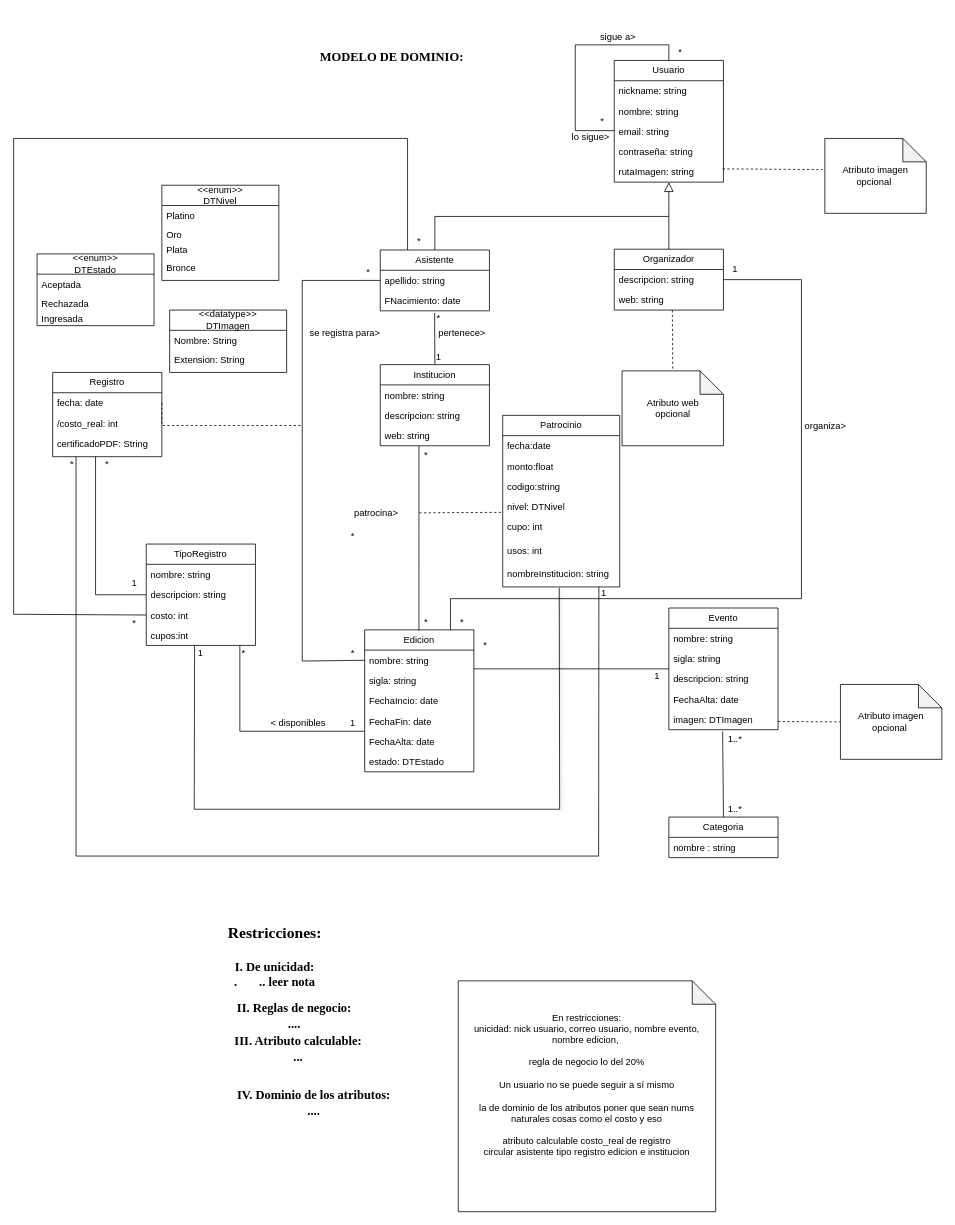
The draw.io diagram page "ModeloDominio" (1 of 5) of Tarea1Snapshot.drawio in franscaletti/tprog, before the edit. Source tidied: cells renumbered, new cells numbered last; positions are measured from the earlier drawing's top-left corner, leaving out a move shared by most shapes. Both pictures are drawn from the tidied source at 78%, with x=0, y=0 at pixel (13, 13).
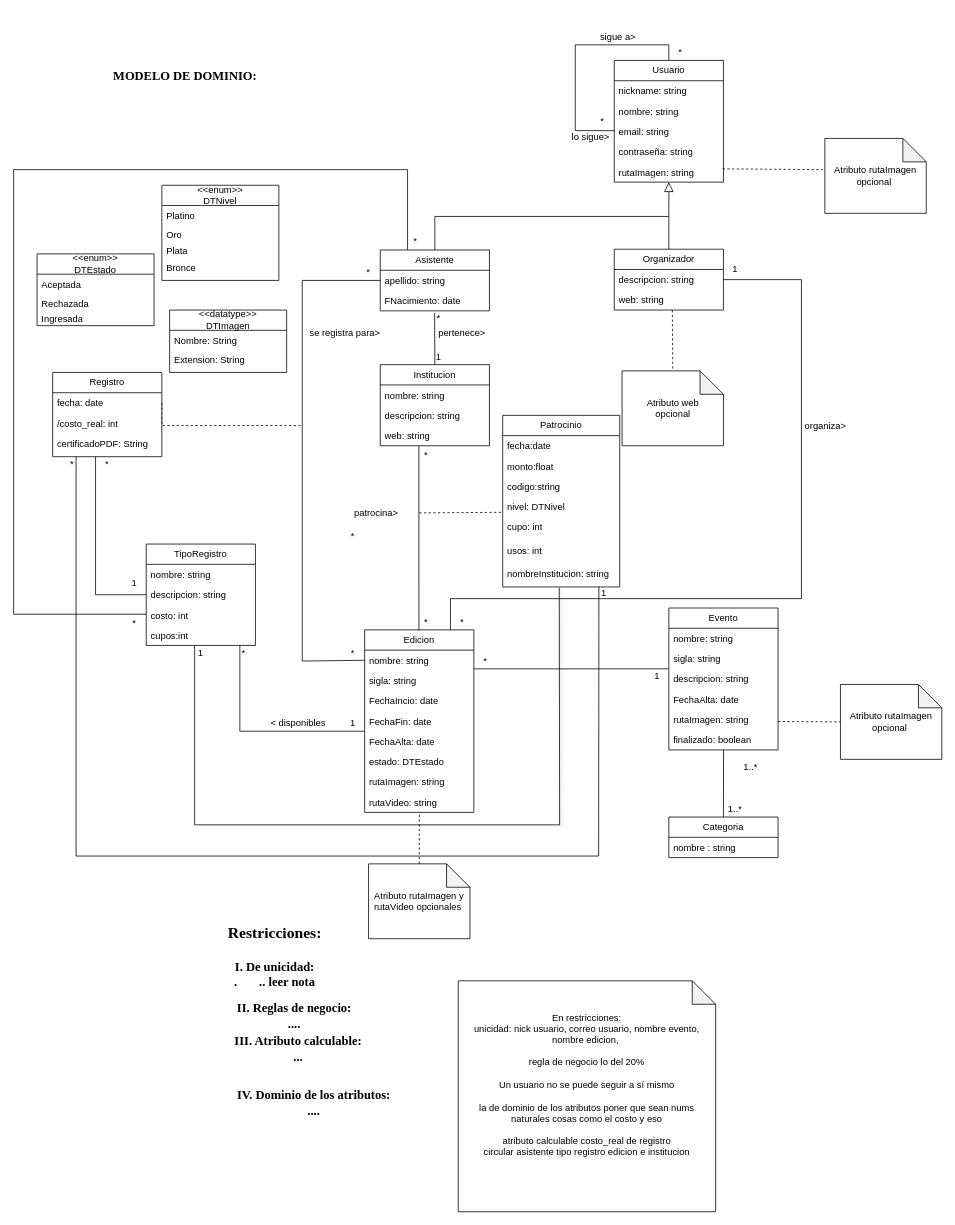
Above is the later version.

Unchanged cells that the change refers to:
```xml
<mxCell id="16" value="Asistente" style="swimlane;fontStyle=0;horizontal=1;startSize=26;fillColor=none;whiteSpace=wrap;html=1;" parent="1" vertex="1">
  <mxGeometry x="470" y="303" width="140" height="78" as="geometry" />
</mxCell>
<mxCell id="37" value="costo: int" style="text;strokeColor=none;fillColor=none;align=left;verticalAlign=top;spacingLeft=4;spacingRight=4;overflow=hidden;points=[[0,0.5],[1,0.5]];portConstraint=eastwest;whiteSpace=wrap;html=1;" parent="34" vertex="1">
  <mxGeometry y="78" width="140" height="26" as="geometry" />
</mxCell>
<mxCell id="64" value="Categoria" style="swimlane;fontStyle=0;horizontal=1;startSize=26;fillColor=none;whiteSpace=wrap;html=1;" parent="1" vertex="1">
  <mxGeometry x="840" y="1030" width="140" height="52" as="geometry" />
</mxCell>
<mxCell id="119" value="*" style="text;html=1;align=center;verticalAlign=middle;whiteSpace=wrap;rounded=0;" parent="1" vertex="1">
  <mxGeometry x="140" y="770" width="30" height="22" as="geometry" />
</mxCell>
```

Change to the diagram source:
```diff
@@
     <mxCell id="3" value="&lt;font face=&quot;Times New Roman&quot; style=&quot;font-size: 16px;&quot;&gt;&lt;b style=&quot;&quot;&gt;MODELO DE DOMINIO:&lt;/b&gt;&lt;/font&gt;" style="text;html=1;align=center;verticalAlign=middle;whiteSpace=wrap;rounded=0;" parent="1" vertex="1">
-      <mxGeometry x="255" width="460" height="110" as="geometry" />
+      <mxGeometry y="39" width="440" height="81" as="geometry" />
     </mxCell>
@@
     <mxCell id="27" value="Edicion" style="swimlane;fontStyle=0;horizontal=1;startSize=26;fillColor=none;whiteSpace=wrap;html=1;" parent="1" vertex="1">
-      <mxGeometry x="450" y="790" width="140" height="182" as="geometry" />
+      <mxGeometry x="450" y="790" width="140" height="234" as="geometry" />
     </mxCell>
@@
+    <mxCell id="123" value="rutaImagen: string" style="text;strokeColor=none;fillColor=none;align=left;verticalAlign=top;spacingLeft=4;spacingRight=4;overflow=hidden;whiteSpace=wrap;html=1;" parent="27" vertex="1">
+      <mxGeometry y="182" width="140" height="26" as="geometry" />
+    </mxCell>
+    <mxCell id="124" value="rutaVideo: string" style="text;strokeColor=none;fillColor=none;align=left;verticalAlign=top;spacingLeft=4;spacingRight=4;overflow=hidden;points=[[0,0.5],[1,0.5]];portConstraint=eastwest;whiteSpace=wrap;html=1;" parent="27" vertex="1">
+      <mxGeometry y="208" width="140" height="26" as="geometry" />
+    </mxCell>
@@
     <mxCell id="43" value="Evento" style="swimlane;fontStyle=0;horizontal=1;startSize=26;fillColor=none;whiteSpace=wrap;html=1;" parent="1" vertex="1">
-      <mxGeometry x="840" y="762" width="140" height="156" as="geometry" />
+      <mxGeometry x="840" y="762" width="140" height="182" as="geometry" />
     </mxCell>
@@
+    <mxCell id="125" value="rutaImagen: string" style="text;strokeColor=none;fillColor=none;align=left;verticalAlign=top;spacingLeft=4;spacingRight=4;overflow=hidden;whiteSpace=wrap;html=1;" parent="43" vertex="1">
+      <mxGeometry y="130" width="140" height="26" as="geometry" />
+    </mxCell>
-    <mxCell id="48" value="imagen: DTImagen" style="text;strokeColor=none;fillColor=none;align=left;verticalAlign=top;spacingLeft=4;spacingRight=4;overflow=hidden;points=[[0,0.5],[1,0.5]];portConstraint=eastwest;whiteSpace=wrap;html=1;" parent="43" vertex="1">
-      <mxGeometry y="130" width="140" height="26" as="geometry" />
+    <mxCell id="48" value="finalizado: boolean" style="text;strokeColor=none;fillColor=none;align=left;verticalAlign=top;spacingLeft=4;spacingRight=4;overflow=hidden;points=[[0,0.5],[1,0.5]];portConstraint=eastwest;whiteSpace=wrap;html=1;" parent="43" vertex="1">
+      <mxGeometry y="156" width="140" height="26" as="geometry" />
     </mxCell>
-    <mxCell id="49" style="endArrow=none;html=1;rounded=0;entryX=0.333;entryY=1;entryDx=0;entryDy=0;entryPerimeter=0;" parent="1" edge="1" target="86">
+    <mxCell id="49" style="endArrow=none;html=1;rounded=0;entryX=0.333;entryY=1;entryDx=0;entryDy=0;entryPerimeter=0;" parent="1" edge="1">
       <mxGeometry relative="1" as="geometry">
         <mxPoint x="840" y="840" as="sourcePoint" />
+        <mxPoint x="590" y="840" as="targetPoint" />
       </mxGeometry>
     </mxCell>
@@
-    <mxCell id="66" style="endArrow=none;html=1;rounded=0;exitX=0.498;exitY=1.146;exitDx=0;exitDy=0;exitPerimeter=0;entryX=0.5;entryY=0;entryDx=0;entryDy=0;" parent="1" edge="1" target="64">
-      <mxGeometry relative="1" as="geometry">
-        <mxPoint x="909" y="920" as="sourcePoint" />
-      </mxGeometry>
+    <mxCell id="66" style="endArrow=none;html=1;rounded=0;entryX=0.5;entryY=0;entryDx=0;entryDy=0;exitX=0.501;exitY=1.011;exitDx=0;exitDy=0;exitPerimeter=0;" parent="1" edge="1" source="48" target="64">
+      <mxGeometry relative="1" as="geometry" />
     </mxCell>
@@
     <mxCell id="72" value="1..*" style="text;html=1;align=center;verticalAlign=middle;whiteSpace=wrap;rounded=0;" parent="1" vertex="1">
-      <mxGeometry x="910" y="920" width="30" height="20" as="geometry" />
+      <mxGeometry x="930" y="956" width="30" height="20" as="geometry" />
     </mxCell>
@@
-    <mxCell id="86" value="*" style="text;html=1;align=center;verticalAlign=middle;whiteSpace=wrap;rounded=0;" parent="1" vertex="1">
-      <mxGeometry x="560" y="780" width="90" height="60" as="geometry" />
-    </mxCell>
@@
     <mxCell id="94" style="endArrow=none;html=1;rounded=0;" parent="1" edge="1">
       <mxGeometry relative="1" as="geometry">
-        <mxPoint x="700" y="1020" as="sourcePoint" />
+        <mxPoint x="700" y="1040" as="sourcePoint" />
         <mxPoint x="232" y="810" as="targetPoint" />
         <Array as="points">
-          <mxPoint x="231.5" y="1020" />
+          <mxPoint x="232" y="1040" />
         </Array>
       </mxGeometry>
     </mxCell>
     <mxCell id="95" style="endArrow=none;html=1;rounded=0;shadow=1;" parent="1" edge="1">
       <mxGeometry relative="1" as="geometry">
-        <mxPoint x="700" y="1020" as="sourcePoint" />
+        <mxPoint x="700" y="1040" as="sourcePoint" />
         <mxPoint x="699.5" y="736" as="targetPoint" />
       </mxGeometry>
     </mxCell>
@@
-    <mxCell id="106" value="Atributo imagen opcional&amp;nbsp;" style="shape=note;whiteSpace=wrap;html=1;backgroundOutline=1;darkOpacity=0.05;" parent="1" vertex="1">
+    <mxCell id="106" value="Atributo rutaImagen opcional&amp;nbsp;" style="shape=note;whiteSpace=wrap;html=1;backgroundOutline=1;darkOpacity=0.05;" parent="1" vertex="1">
       <mxGeometry x="1040" y="160" width="130" height="96" as="geometry" />
     </mxCell>
@@
-    <mxCell id="108" value="Atributo imagen opcional&amp;nbsp;" style="shape=note;whiteSpace=wrap;html=1;backgroundOutline=1;darkOpacity=0.05;" parent="1" vertex="1">
+    <mxCell id="108" value="Atributo rutaImagen opcional&amp;nbsp;" style="shape=note;whiteSpace=wrap;html=1;backgroundOutline=1;darkOpacity=0.05;" parent="1" vertex="1">
       <mxGeometry x="1060" y="860" width="130" height="96" as="geometry" />
     </mxCell>
@@
-    <mxCell id="117" style="endArrow=none;html=1;rounded=0;entryX=0;entryY=0.5;entryDx=0;entryDy=0;exitX=0.25;exitY=0;exitDx=0;exitDy=0;" parent="1" edge="1" source="16" target="37">
+    <mxCell id="117" style="endArrow=none;html=1;rounded=0;entryX=1;entryY=0;entryDx=0;entryDy=0;exitX=0.25;exitY=0;exitDx=0;exitDy=0;" parent="1" edge="1" source="16" target="119">
       <mxGeometry relative="1" as="geometry">
         <Array as="points">
-          <mxPoint x="505" y="160" />
-          <mxPoint y="160" />
+          <mxPoint x="505" y="200" />
+          <mxPoint y="200" />
           <mxPoint y="770" />
         </Array>
       </mxGeometry>
     </mxCell>
     <mxCell id="118" value="*" style="text;html=1;align=center;verticalAlign=middle;whiteSpace=wrap;rounded=0;" parent="1" vertex="1">
-      <mxGeometry x="505" y="281" width="30" height="22" as="geometry" />
+      <mxGeometry x="500" y="281" width="30" height="22" as="geometry" />
     </mxCell>
@@
+    <mxCell id="126" value="Atributo rutaImagen y rutaVideo opcionales&amp;nbsp;" style="shape=note;whiteSpace=wrap;html=1;backgroundOutline=1;darkOpacity=0.05;" parent="1" vertex="1">
+      <mxGeometry x="455" y="1090" width="130" height="96" as="geometry" />
+    </mxCell>
+    <mxCell id="127" style="endArrow=none;dashed=1;html=1;rounded=0;exitX=0.5;exitY=0;exitDx=0;exitDy=0;exitPerimeter=0;entryX=0.501;entryY=1.046;entryDx=0;entryDy=0;entryPerimeter=0;" parent="1" edge="1" source="126" target="124">
+      <mxGeometry relative="1" as="geometry" />
+    </mxCell>
+    <mxCell id="86" value="*" style="text;html=1;align=center;verticalAlign=middle;whiteSpace=wrap;rounded=0;" parent="1" vertex="1">
+      <mxGeometry x="590" y="820" width="30" height="20" as="geometry" />
+    </mxCell>
```
